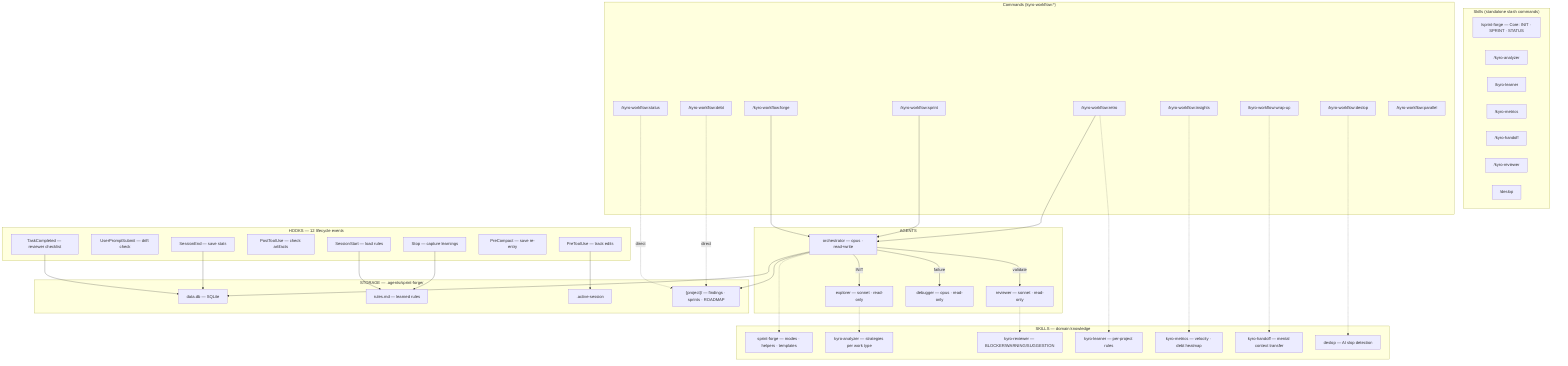
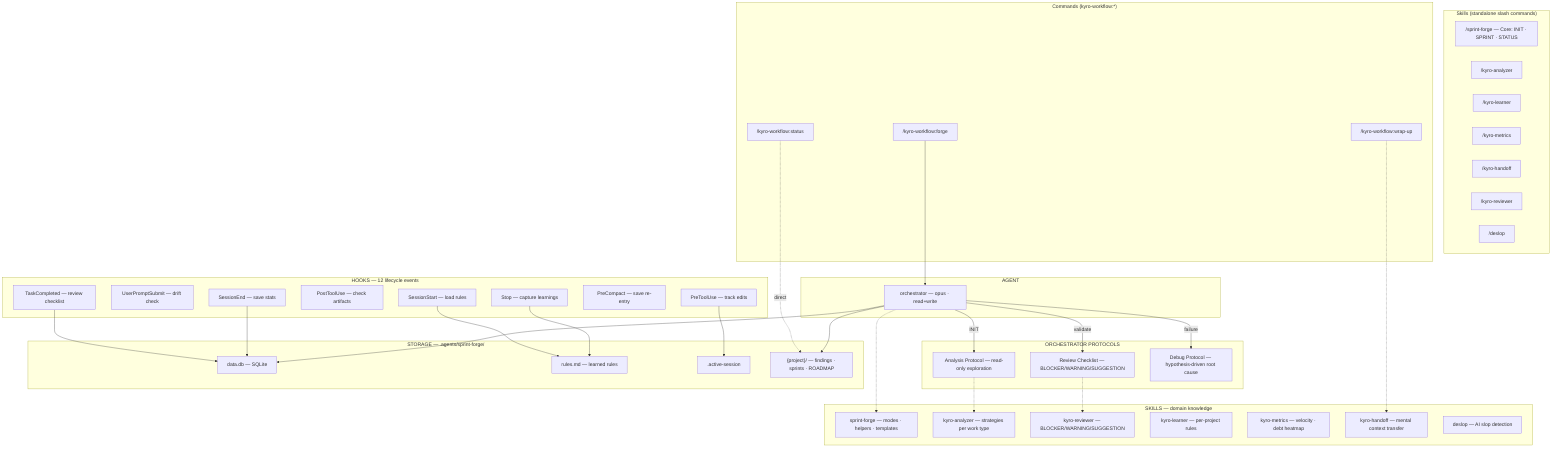
flowchart TD
    subgraph SKILLS_ENTRY["Skills (standalone slash commands)"]
        SK1["/sprint-forge — Core: INIT · SPRINT · STATUS"]
        SK2["/kyro-analyzer"]
        SK3["/kyro-learner"]
        SK4["/kyro-metrics"]
        SK5["/kyro-handoff"]
        SK6["/kyro-reviewer"]
        SK7["/deslop"]
    end

    subgraph COMMANDS_ENTRY["Commands (kyro-workflow:*)"]
        CMD1["/kyro-workflow:forge"]
-         CMD2["/kyro-workflow:sprint"]
-         CMD3["/kyro-workflow:status"]
-         CMD4["/kyro-workflow:debt"]
-         CMD5["/kyro-workflow:retro"]
-         CMD6["/kyro-workflow:wrap-up"]
-         CMD7["/kyro-workflow:insights"]
-         CMD8["/kyro-workflow:deslop"]
-         CMD9["/kyro-workflow:parallel"]
+         CMD2["/kyro-workflow:status"]
+         CMD3["/kyro-workflow:wrap-up"]
    end

-     subgraph AGENTS["AGENTS"]
+     subgraph AGENTS["AGENT"]
        ORCH["orchestrator — opus · read+write"]
-         EXPL["explorer — sonnet · read-only"]
-         REVW["reviewer — sonnet · read-only"]
-         DBGR["debugger — opus · read-only"]
+     end
+ 
+     subgraph PROTOCOLS["ORCHESTRATOR PROTOCOLS"]
+         ANALYSIS["Analysis Protocol — read-only exploration"]
+         REVIEW["Review Checklist — BLOCKER/WARNING/SUGGESTION"]
+         DEBUG["Debug Protocol — hypothesis-driven root cause"]
    end

    subgraph KNOWLEDGE["SKILLS — domain knowledge"]
        S_FORGE["sprint-forge — modes · helpers · templates"]
        S_ANALYZER["kyro-analyzer — strategies per work type"]
        S_REVIEWER["kyro-reviewer — BLOCKER/WARNING/SUGGESTION"]
        S_LEARNER["kyro-learner — per-project rules"]
        S_METRICS["kyro-metrics — velocity · debt heatmap"]
        S_HANDOFF["kyro-handoff — mental context transfer"]
        S_DESLOP["deslop — AI slop detection"]
    end

    subgraph HOOKS["HOOKS — 12 lifecycle events"]
        H1["SessionStart — load rules"]
        H2["UserPromptSubmit — drift check"]
        H3["PreToolUse — track edits"]
        H4["PostToolUse — check artifacts"]
-         H5["TaskCompleted — reviewer checklist"]
+         H5["TaskCompleted — review checklist"]
        H6["Stop — capture learnings"]
        H7["PreCompact — save re-entry"]
        H8["SessionEnd — save stats"]
    end

    subgraph STORAGE["STORAGE — .agents/sprint-forge/"]
        DB["data.db — SQLite"]
        RULES["rules.md — learned rules"]
        SESSION[".active-session"]
        PROJ["{project}/ — findings · sprints · ROADMAP"]
    end

    CMD1 --> ORCH
-     CMD2 --> ORCH
-     CMD5 --> ORCH
-     CMD3 -.->|direct| PROJ
-     CMD4 -.->|direct| PROJ
+     CMD2 -.->|direct| PROJ
+     CMD3 -.-> S_HANDOFF

-     ORCH -->|INIT| EXPL
-     ORCH -->|validate| REVW
-     ORCH -->|failure| DBGR
+     ORCH -->|INIT| ANALYSIS
+     ORCH -->|validate| REVIEW
+     ORCH -->|failure| DEBUG

    ORCH -.-> S_FORGE
-     EXPL -.-> S_ANALYZER
-     REVW -.-> S_REVIEWER
- 
-     CMD5 -.-> S_LEARNER
-     CMD6 -.-> S_HANDOFF
-     CMD7 -.-> S_METRICS
-     CMD8 -.-> S_DESLOP
+     ANALYSIS -.-> S_ANALYZER
+     REVIEW -.-> S_REVIEWER

    H1 --> RULES
    H5 --> DB
    H6 --> RULES
    H8 --> DB
    H3 --> SESSION
    ORCH --> PROJ
    ORCH --> DB
